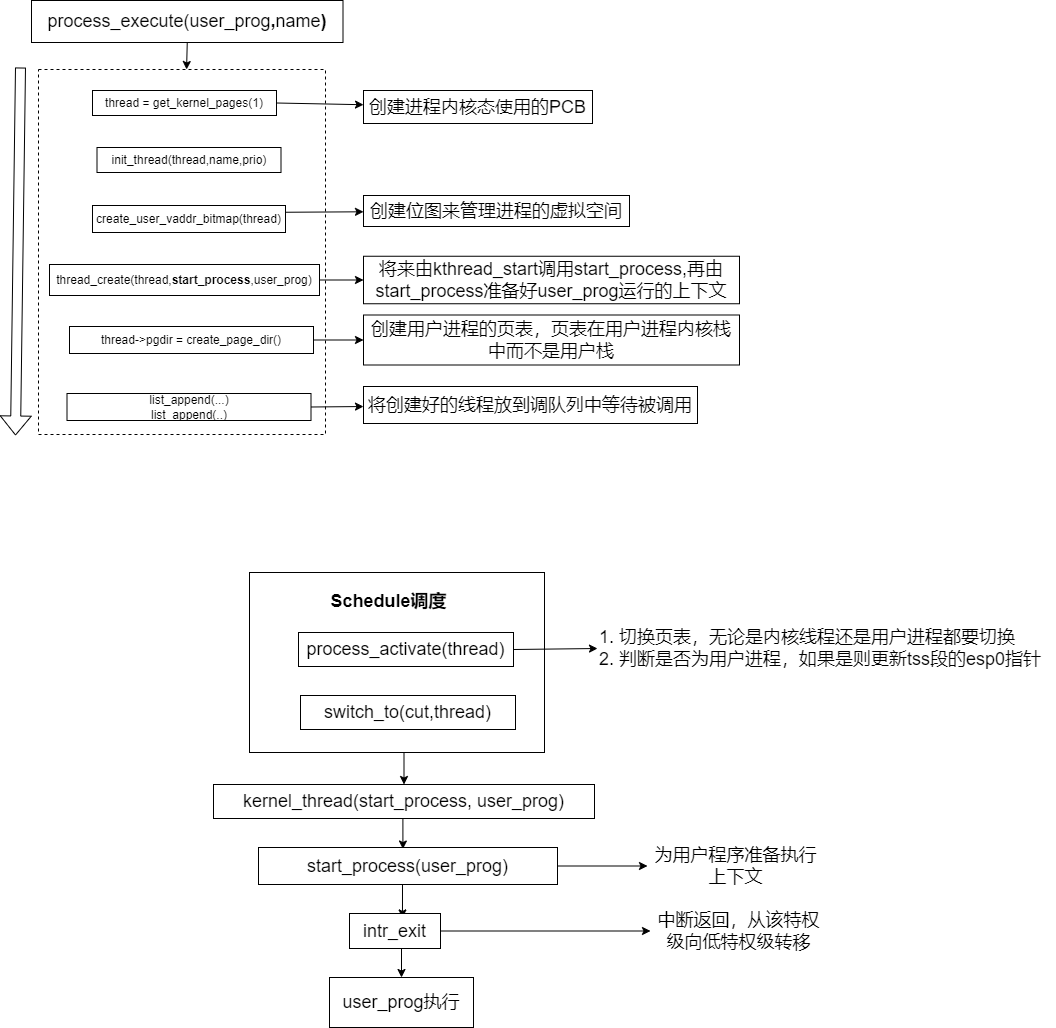
Earlier version of the draw.io export OS/实现用户线程.drawio.png (SixPlusAndTimes/drawio). Source tidied: cells renumbered, new cells last; positions are measured from the earlier drawing's top-left corner, leaving out a move shared by most shapes.
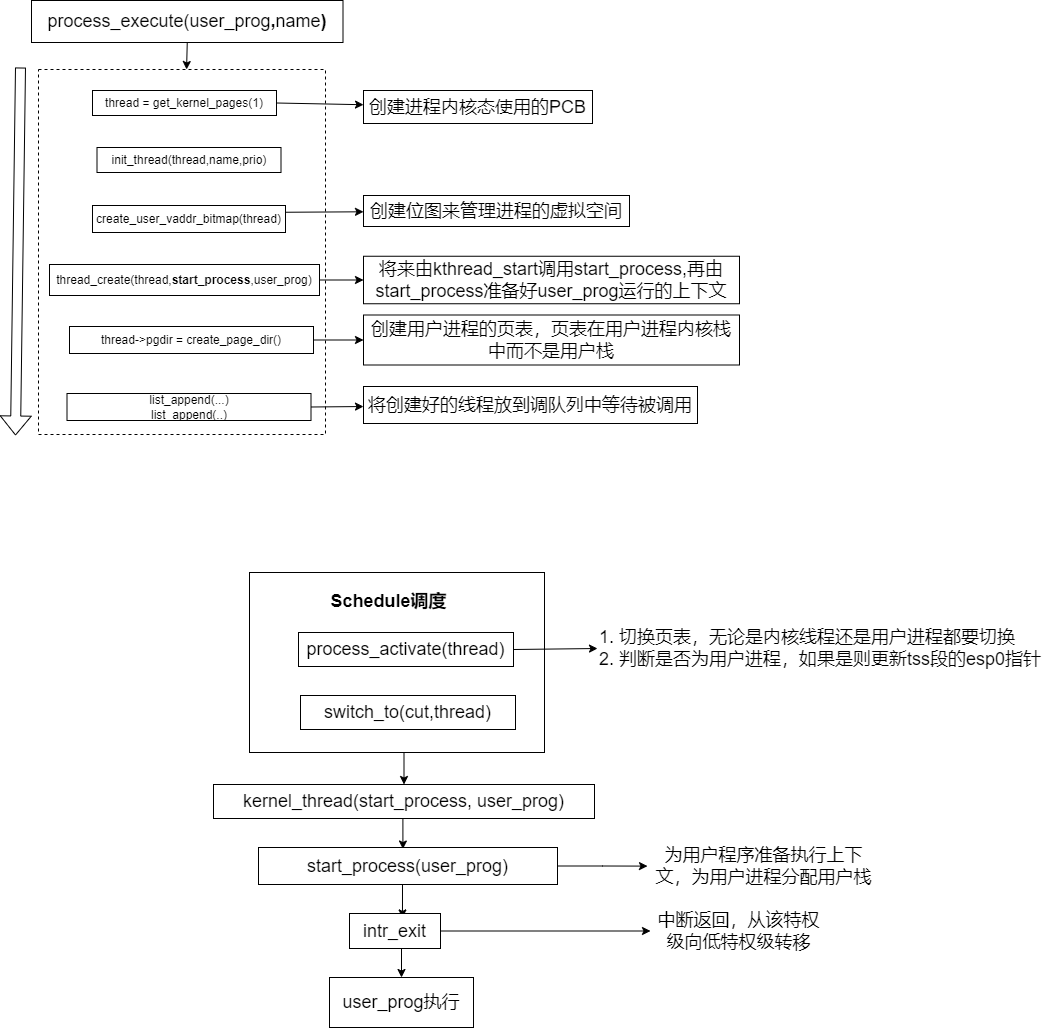
After the commit.

Commit message:
Update 实现用户线程.drawio.png

Diff of the diagram source:
```diff
@@ -113,11 +113,14 @@
     <mxCell id="37" value="中断返回，从该特权级向低特权级转移" style="text;html=1;strokeColor=none;fillColor=none;align=center;verticalAlign=middle;whiteSpace=wrap;rounded=0;fontSize=18;" parent="1" vertex="1">
       <mxGeometry x="635" y="920.5" width="177" height="20" as="geometry" />
     </mxCell>
-    <mxCell id="38" value="为用户程序准备执行上下文" style="text;html=1;strokeColor=none;fillColor=none;align=center;verticalAlign=middle;whiteSpace=wrap;rounded=0;fontSize=18;" parent="1" vertex="1">
-      <mxGeometry x="632" y="855.5" width="177" height="20" as="geometry" />
+    <mxCell id="38" value="为用户程序准备执行上下文，为用户进程分配用户栈" style="text;html=1;strokeColor=none;fillColor=none;align=center;verticalAlign=middle;whiteSpace=wrap;rounded=0;fontSize=18;" parent="1" vertex="1">
+      <mxGeometry x="632" y="852.2" width="233" height="26.5" as="geometry" />
     </mxCell>
     <mxCell id="39" value="1. 切换页表，无论是内核线程还是用户进程都要切换&lt;br&gt;2. 判断是否为用户进程，如果是则更新tss段的esp0指针" style="text;html=1;strokeColor=none;fillColor=none;align=left;verticalAlign=middle;whiteSpace=wrap;rounded=0;fontSize=18;" parent="1" vertex="1">
       <mxGeometry x="582" y="623" width="457" height="50" as="geometry" />
     </mxCell>
+    <mxCell id="40" style="edgeStyle=none;rounded=0;orthogonalLoop=1;jettySize=auto;html=1;exitX=0.5;exitY=1;exitDx=0;exitDy=0;fontSize=18;" parent="1" edge="1" source="38" target="38">
+      <mxGeometry relative="1" as="geometry" />
+    </mxCell>
   </root>
 </mxGraphModel>
```
